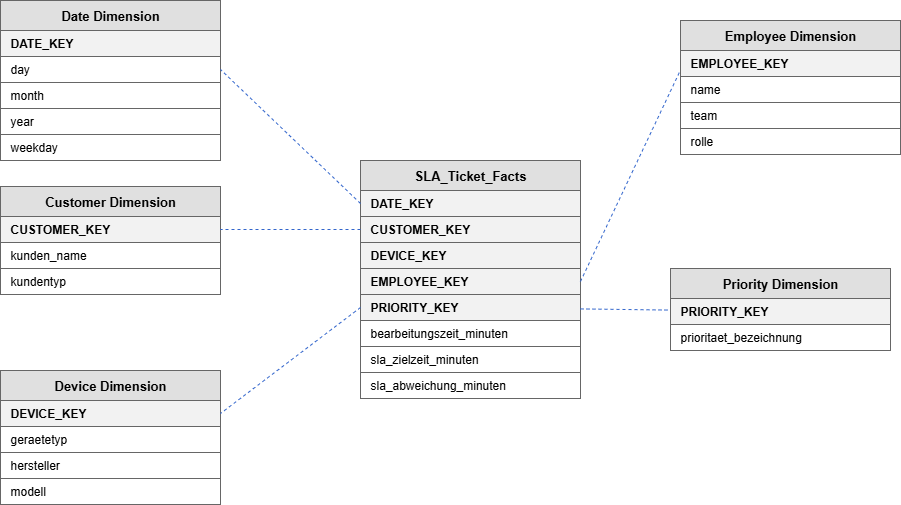
IchbinsTil/DVS keeps this draw.io diagram as Dokumentation/star_Ticket.png. Above is the earlier version. Source tidied: cells renumbered, new cells last; positions are measured from the earlier drawing's top-left corner, leaving out a move shared by most shapes. The source it was exported from:
```xml
<mxGraphModel>
  <root>
    <mxCell id="0" />
    <mxCell id="1" parent="0" />
    <mxCell id="2" value="SLA_Ticket_Facts" style="rounded=0;whiteSpace=wrap;html=1;fillColor=#e0e0e0;strokeColor=#666666;fontStyle=1;fontSize=13;align=center;verticalAlign=middle;" parent="1" vertex="1">
      <mxGeometry x="360" y="160" width="220" height="30" as="geometry" />
    </mxCell>
    <mxCell id="3" value="DATE_KEY" style="rounded=0;whiteSpace=wrap;html=1;fillColor=#f2f2f2;strokeColor=#666666;fontStyle=1;fontSize=12;align=left;spacingLeft=8;" parent="1" vertex="1">
      <mxGeometry x="360" y="190" width="220" height="26" as="geometry" />
    </mxCell>
    <mxCell id="4" value="CUSTOMER_KEY" style="rounded=0;whiteSpace=wrap;html=1;fillColor=#f2f2f2;strokeColor=#666666;fontStyle=1;fontSize=12;align=left;spacingLeft=8;" parent="1" vertex="1">
      <mxGeometry x="360" y="216" width="220" height="26" as="geometry" />
    </mxCell>
    <mxCell id="5" value="DEVICE_KEY" style="rounded=0;whiteSpace=wrap;html=1;fillColor=#f2f2f2;strokeColor=#666666;fontStyle=1;fontSize=12;align=left;spacingLeft=8;" parent="1" vertex="1">
      <mxGeometry x="360" y="242" width="220" height="26" as="geometry" />
    </mxCell>
    <mxCell id="6" value="EMPLOYEE_KEY" style="rounded=0;whiteSpace=wrap;html=1;fillColor=#f2f2f2;strokeColor=#666666;fontStyle=1;fontSize=12;align=left;spacingLeft=8;" parent="1" vertex="1">
      <mxGeometry x="360" y="268" width="220" height="26" as="geometry" />
    </mxCell>
    <mxCell id="7" value="PRIORITY_KEY" style="rounded=0;whiteSpace=wrap;html=1;fillColor=#f2f2f2;strokeColor=#666666;fontStyle=1;fontSize=12;align=left;spacingLeft=8;" parent="1" vertex="1">
      <mxGeometry x="360" y="294" width="220" height="26" as="geometry" />
    </mxCell>
    <mxCell id="8" value="bearbeitungszeit_minuten" style="rounded=0;whiteSpace=wrap;html=1;fillColor=#ffffff;strokeColor=#666666;fontSize=12;align=left;spacingLeft=8;" parent="1" vertex="1">
      <mxGeometry x="360" y="320" width="220" height="26" as="geometry" />
    </mxCell>
    <mxCell id="9" value="sla_zielzeit_minuten" style="rounded=0;whiteSpace=wrap;html=1;fillColor=#ffffff;strokeColor=#666666;fontSize=12;align=left;spacingLeft=8;" parent="1" vertex="1">
      <mxGeometry x="360" y="346" width="220" height="26" as="geometry" />
    </mxCell>
    <mxCell id="10" value="sla_abweichung_minuten" style="rounded=0;whiteSpace=wrap;html=1;fillColor=#ffffff;strokeColor=#666666;fontSize=12;align=left;spacingLeft=8;" parent="1" vertex="1">
      <mxGeometry x="360" y="372" width="220" height="26" as="geometry" />
    </mxCell>
    <mxCell id="11" value="Date Dimension" style="rounded=0;whiteSpace=wrap;html=1;fillColor=#e0e0e0;strokeColor=#666666;fontStyle=1;fontSize=13;align=center;verticalAlign=middle;" parent="1" vertex="1">
      <mxGeometry width="220" height="30" as="geometry" />
    </mxCell>
    <mxCell id="12" value="DATE_KEY" style="rounded=0;whiteSpace=wrap;html=1;fillColor=#f2f2f2;strokeColor=#666666;fontStyle=1;fontSize=12;align=left;spacingLeft=8;" parent="1" vertex="1">
      <mxGeometry y="30" width="220" height="26" as="geometry" />
    </mxCell>
    <mxCell id="13" value="day" style="rounded=0;whiteSpace=wrap;html=1;fillColor=#ffffff;strokeColor=#666666;fontSize=12;align=left;spacingLeft=8;" parent="1" vertex="1">
      <mxGeometry y="56" width="220" height="26" as="geometry" />
    </mxCell>
    <mxCell id="14" value="month" style="rounded=0;whiteSpace=wrap;html=1;fillColor=#ffffff;strokeColor=#666666;fontSize=12;align=left;spacingLeft=8;" parent="1" vertex="1">
      <mxGeometry y="82" width="220" height="26" as="geometry" />
    </mxCell>
    <mxCell id="15" value="year" style="rounded=0;whiteSpace=wrap;html=1;fillColor=#ffffff;strokeColor=#666666;fontSize=12;align=left;spacingLeft=8;" parent="1" vertex="1">
      <mxGeometry y="108" width="220" height="26" as="geometry" />
    </mxCell>
    <mxCell id="16" value="weekday" style="rounded=0;whiteSpace=wrap;html=1;fillColor=#ffffff;strokeColor=#666666;fontSize=12;align=left;spacingLeft=8;" parent="1" vertex="1">
      <mxGeometry y="134" width="220" height="26" as="geometry" />
    </mxCell>
    <mxCell id="17" value="Customer Dimension" style="rounded=0;whiteSpace=wrap;html=1;fillColor=#e0e0e0;strokeColor=#666666;fontStyle=1;fontSize=13;align=center;verticalAlign=middle;" parent="1" vertex="1">
      <mxGeometry y="186" width="220" height="30" as="geometry" />
    </mxCell>
    <mxCell id="18" value="CUSTOMER_KEY" style="rounded=0;whiteSpace=wrap;html=1;fillColor=#f2f2f2;strokeColor=#666666;fontStyle=1;fontSize=12;align=left;spacingLeft=8;" parent="1" vertex="1">
      <mxGeometry y="216" width="220" height="26" as="geometry" />
    </mxCell>
    <mxCell id="19" value="kunden_name" style="rounded=0;whiteSpace=wrap;html=1;fillColor=#ffffff;strokeColor=#666666;fontSize=12;align=left;spacingLeft=8;" parent="1" vertex="1">
      <mxGeometry y="242" width="220" height="26" as="geometry" />
    </mxCell>
    <mxCell id="20" value="kundentyp" style="rounded=0;whiteSpace=wrap;html=1;fillColor=#ffffff;strokeColor=#666666;fontSize=12;align=left;spacingLeft=8;" parent="1" vertex="1">
      <mxGeometry y="268" width="220" height="26" as="geometry" />
    </mxCell>
    <mxCell id="21" value="Device Dimension" style="rounded=0;whiteSpace=wrap;html=1;fillColor=#e0e0e0;strokeColor=#666666;fontStyle=1;fontSize=13;align=center;verticalAlign=middle;" parent="1" vertex="1">
      <mxGeometry y="370" width="220" height="30" as="geometry" />
    </mxCell>
    <mxCell id="22" value="DEVICE_KEY" style="rounded=0;whiteSpace=wrap;html=1;fillColor=#f2f2f2;strokeColor=#666666;fontStyle=1;fontSize=12;align=left;spacingLeft=8;" parent="1" vertex="1">
      <mxGeometry y="400" width="220" height="26" as="geometry" />
    </mxCell>
    <mxCell id="23" value="geraetetyp" style="rounded=0;whiteSpace=wrap;html=1;fillColor=#ffffff;strokeColor=#666666;fontSize=12;align=left;spacingLeft=8;" parent="1" vertex="1">
      <mxGeometry y="426" width="220" height="26" as="geometry" />
    </mxCell>
    <mxCell id="24" value="hersteller" style="rounded=0;whiteSpace=wrap;html=1;fillColor=#ffffff;strokeColor=#666666;fontSize=12;align=left;spacingLeft=8;" parent="1" vertex="1">
      <mxGeometry y="452" width="220" height="26" as="geometry" />
    </mxCell>
    <mxCell id="25" value="modell" style="rounded=0;whiteSpace=wrap;html=1;fillColor=#ffffff;strokeColor=#666666;fontSize=12;align=left;spacingLeft=8;" parent="1" vertex="1">
      <mxGeometry y="478" width="220" height="26" as="geometry" />
    </mxCell>
    <mxCell id="26" value="Employee Dimension" style="rounded=0;whiteSpace=wrap;html=1;fillColor=#e0e0e0;strokeColor=#666666;fontStyle=1;fontSize=13;align=center;verticalAlign=middle;" parent="1" vertex="1">
      <mxGeometry x="680" y="20" width="220" height="30" as="geometry" />
    </mxCell>
    <mxCell id="27" value="EMPLOYEE_KEY" style="rounded=0;whiteSpace=wrap;html=1;fillColor=#f2f2f2;strokeColor=#666666;fontStyle=1;fontSize=12;align=left;spacingLeft=8;" parent="1" vertex="1">
      <mxGeometry x="680" y="50" width="220" height="26" as="geometry" />
    </mxCell>
    <mxCell id="28" value="name" style="rounded=0;whiteSpace=wrap;html=1;fillColor=#ffffff;strokeColor=#666666;fontSize=12;align=left;spacingLeft=8;" parent="1" vertex="1">
      <mxGeometry x="680" y="76" width="220" height="26" as="geometry" />
    </mxCell>
    <mxCell id="29" value="team" style="rounded=0;whiteSpace=wrap;html=1;fillColor=#ffffff;strokeColor=#666666;fontSize=12;align=left;spacingLeft=8;" parent="1" vertex="1">
      <mxGeometry x="680" y="102" width="220" height="26" as="geometry" />
    </mxCell>
    <mxCell id="30" value="rolle" style="rounded=0;whiteSpace=wrap;html=1;fillColor=#ffffff;strokeColor=#666666;fontSize=12;align=left;spacingLeft=8;" parent="1" vertex="1">
      <mxGeometry x="680" y="128" width="220" height="26" as="geometry" />
    </mxCell>
    <mxCell id="31" value="Priority Dimension" style="rounded=0;whiteSpace=wrap;html=1;fillColor=#e0e0e0;strokeColor=#666666;fontStyle=1;fontSize=13;align=center;verticalAlign=middle;" parent="1" vertex="1">
      <mxGeometry x="670" y="268" width="220" height="30" as="geometry" />
    </mxCell>
    <mxCell id="32" value="PRIORITY_KEY" style="rounded=0;whiteSpace=wrap;html=1;fillColor=#f2f2f2;strokeColor=#666666;fontStyle=1;fontSize=12;align=left;spacingLeft=8;" parent="1" vertex="1">
      <mxGeometry x="670" y="298" width="220" height="26" as="geometry" />
    </mxCell>
    <mxCell id="33" value="prioritaet_bezeichnung" style="rounded=0;whiteSpace=wrap;html=1;fillColor=#ffffff;strokeColor=#666666;fontSize=12;align=left;spacingLeft=8;" parent="1" vertex="1">
      <mxGeometry x="670" y="324" width="220" height="26" as="geometry" />
    </mxCell>
    <mxCell id="34" style="html=1;endArrow=none;startArrow=none;dashed=1;strokeColor=#3366CC;strokeWidth=1;entryX=1;entryY=0.5;entryDx=0;entryDy=0;exitX=0;exitY=0.5;exitDx=0;exitDy=0;" parent="1" edge="1" source="3" target="13">
      <mxGeometry relative="1" as="geometry" />
    </mxCell>
    <mxCell id="35" style="html=1;endArrow=none;startArrow=none;dashed=1;strokeColor=#3366CC;strokeWidth=1;" parent="1" edge="1" source="4" target="18">
      <mxGeometry relative="1" as="geometry" />
    </mxCell>
    <mxCell id="36" style="html=1;endArrow=none;startArrow=none;dashed=1;strokeColor=#3366CC;strokeWidth=1;exitX=0;exitY=0.5;exitDx=0;exitDy=0;entryX=1;entryY=0.5;entryDx=0;entryDy=0;" parent="1" edge="1" source="7" target="22">
      <mxGeometry relative="1" as="geometry" />
    </mxCell>
    <mxCell id="37" style="html=1;endArrow=none;startArrow=none;dashed=1;strokeColor=#3366CC;strokeWidth=1;exitX=1;exitY=0.5;exitDx=0;exitDy=0;entryX=0;entryY=0.75;entryDx=0;entryDy=0;" parent="1" edge="1" source="6" target="27">
      <mxGeometry relative="1" as="geometry" />
    </mxCell>
    <mxCell id="38" style="html=1;endArrow=none;startArrow=none;dashed=1;strokeColor=#3366CC;strokeWidth=1;" parent="1" edge="1" source="7" target="32">
      <mxGeometry relative="1" as="geometry" />
    </mxCell>
  </root>
</mxGraphModel>
```
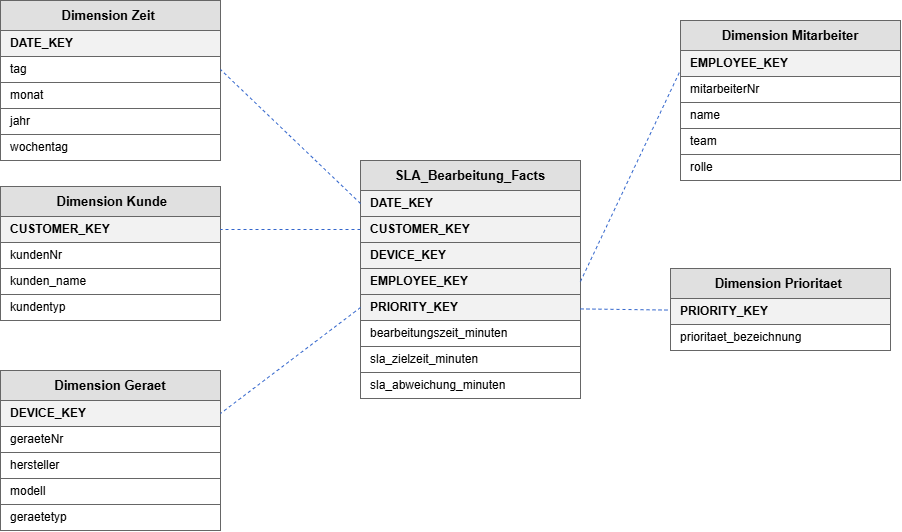
After the commit.

Commit message:
Update Star + Excel

The edit, as a diff of the source:
```diff
@@ -2,7 +2,7 @@
   <root>
     <mxCell id="0" />
     <mxCell id="1" parent="0" />
-    <mxCell id="2" value="SLA_Ticket_Facts" style="rounded=0;whiteSpace=wrap;html=1;fillColor=#e0e0e0;strokeColor=#666666;fontStyle=1;fontSize=13;align=center;verticalAlign=middle;" parent="1" vertex="1">
+    <mxCell id="2" value="SLA_Bearbeitung_Facts" style="rounded=0;whiteSpace=wrap;html=1;fillColor=#e0e0e0;strokeColor=#666666;fontStyle=1;fontSize=13;align=center;verticalAlign=middle;" parent="1" vertex="1">
       <mxGeometry x="360" y="160" width="220" height="30" as="geometry" />
     </mxCell>
     <mxCell id="3" value="DATE_KEY" style="rounded=0;whiteSpace=wrap;html=1;fillColor=#f2f2f2;strokeColor=#666666;fontStyle=1;fontSize=12;align=left;spacingLeft=8;" parent="1" vertex="1">
@@ -29,43 +29,43 @@
     <mxCell id="10" value="sla_abweichung_minuten" style="rounded=0;whiteSpace=wrap;html=1;fillColor=#ffffff;strokeColor=#666666;fontSize=12;align=left;spacingLeft=8;" parent="1" vertex="1">
       <mxGeometry x="360" y="372" width="220" height="26" as="geometry" />
     </mxCell>
-    <mxCell id="11" value="Date Dimension" style="rounded=0;whiteSpace=wrap;html=1;fillColor=#e0e0e0;strokeColor=#666666;fontStyle=1;fontSize=13;align=center;verticalAlign=middle;" parent="1" vertex="1">
+    <mxCell id="11" value="Dimension Zeit&amp;nbsp;" style="rounded=0;whiteSpace=wrap;html=1;fillColor=#e0e0e0;strokeColor=#666666;fontStyle=1;fontSize=13;align=center;verticalAlign=middle;" parent="1" vertex="1">
       <mxGeometry width="220" height="30" as="geometry" />
     </mxCell>
     <mxCell id="12" value="DATE_KEY" style="rounded=0;whiteSpace=wrap;html=1;fillColor=#f2f2f2;strokeColor=#666666;fontStyle=1;fontSize=12;align=left;spacingLeft=8;" parent="1" vertex="1">
       <mxGeometry y="30" width="220" height="26" as="geometry" />
     </mxCell>
-    <mxCell id="13" value="day" style="rounded=0;whiteSpace=wrap;html=1;fillColor=#ffffff;strokeColor=#666666;fontSize=12;align=left;spacingLeft=8;" parent="1" vertex="1">
+    <mxCell id="13" value="tag" style="rounded=0;whiteSpace=wrap;html=1;fillColor=#ffffff;strokeColor=#666666;fontSize=12;align=left;spacingLeft=8;" parent="1" vertex="1">
       <mxGeometry y="56" width="220" height="26" as="geometry" />
     </mxCell>
-    <mxCell id="14" value="month" style="rounded=0;whiteSpace=wrap;html=1;fillColor=#ffffff;strokeColor=#666666;fontSize=12;align=left;spacingLeft=8;" parent="1" vertex="1">
+    <mxCell id="14" value="monat" style="rounded=0;whiteSpace=wrap;html=1;fillColor=#ffffff;strokeColor=#666666;fontSize=12;align=left;spacingLeft=8;" parent="1" vertex="1">
       <mxGeometry y="82" width="220" height="26" as="geometry" />
     </mxCell>
-    <mxCell id="15" value="year" style="rounded=0;whiteSpace=wrap;html=1;fillColor=#ffffff;strokeColor=#666666;fontSize=12;align=left;spacingLeft=8;" parent="1" vertex="1">
+    <mxCell id="15" value="jahr" style="rounded=0;whiteSpace=wrap;html=1;fillColor=#ffffff;strokeColor=#666666;fontSize=12;align=left;spacingLeft=8;" parent="1" vertex="1">
       <mxGeometry y="108" width="220" height="26" as="geometry" />
     </mxCell>
-    <mxCell id="16" value="weekday" style="rounded=0;whiteSpace=wrap;html=1;fillColor=#ffffff;strokeColor=#666666;fontSize=12;align=left;spacingLeft=8;" parent="1" vertex="1">
+    <mxCell id="16" value="wochentag" style="rounded=0;whiteSpace=wrap;html=1;fillColor=#ffffff;strokeColor=#666666;fontSize=12;align=left;spacingLeft=8;" parent="1" vertex="1">
       <mxGeometry y="134" width="220" height="26" as="geometry" />
     </mxCell>
-    <mxCell id="17" value="Customer Dimension" style="rounded=0;whiteSpace=wrap;html=1;fillColor=#e0e0e0;strokeColor=#666666;fontStyle=1;fontSize=13;align=center;verticalAlign=middle;" parent="1" vertex="1">
+    <mxCell id="17" value="&amp;nbsp;Dimension Kunde" style="rounded=0;whiteSpace=wrap;html=1;fillColor=#e0e0e0;strokeColor=#666666;fontStyle=1;fontSize=13;align=center;verticalAlign=middle;" parent="1" vertex="1">
       <mxGeometry y="186" width="220" height="30" as="geometry" />
     </mxCell>
     <mxCell id="18" value="CUSTOMER_KEY" style="rounded=0;whiteSpace=wrap;html=1;fillColor=#f2f2f2;strokeColor=#666666;fontStyle=1;fontSize=12;align=left;spacingLeft=8;" parent="1" vertex="1">
       <mxGeometry y="216" width="220" height="26" as="geometry" />
     </mxCell>
     <mxCell id="19" value="kunden_name" style="rounded=0;whiteSpace=wrap;html=1;fillColor=#ffffff;strokeColor=#666666;fontSize=12;align=left;spacingLeft=8;" parent="1" vertex="1">
-      <mxGeometry y="242" width="220" height="26" as="geometry" />
+      <mxGeometry y="268" width="220" height="26" as="geometry" />
     </mxCell>
     <mxCell id="20" value="kundentyp" style="rounded=0;whiteSpace=wrap;html=1;fillColor=#ffffff;strokeColor=#666666;fontSize=12;align=left;spacingLeft=8;" parent="1" vertex="1">
-      <mxGeometry y="268" width="220" height="26" as="geometry" />
+      <mxGeometry y="294" width="220" height="26" as="geometry" />
     </mxCell>
-    <mxCell id="21" value="Device Dimension" style="rounded=0;whiteSpace=wrap;html=1;fillColor=#e0e0e0;strokeColor=#666666;fontStyle=1;fontSize=13;align=center;verticalAlign=middle;" parent="1" vertex="1">
+    <mxCell id="21" value="&amp;nbsp;Dimension Geraet&amp;nbsp;" style="rounded=0;whiteSpace=wrap;html=1;fillColor=#e0e0e0;strokeColor=#666666;fontStyle=1;fontSize=13;align=center;verticalAlign=middle;" parent="1" vertex="1">
       <mxGeometry y="370" width="220" height="30" as="geometry" />
     </mxCell>
     <mxCell id="22" value="DEVICE_KEY" style="rounded=0;whiteSpace=wrap;html=1;fillColor=#f2f2f2;strokeColor=#666666;fontStyle=1;fontSize=12;align=left;spacingLeft=8;" parent="1" vertex="1">
       <mxGeometry y="400" width="220" height="26" as="geometry" />
     </mxCell>
-    <mxCell id="23" value="geraetetyp" style="rounded=0;whiteSpace=wrap;html=1;fillColor=#ffffff;strokeColor=#666666;fontSize=12;align=left;spacingLeft=8;" parent="1" vertex="1">
+    <mxCell id="23" value="geraeteNr" style="rounded=0;whiteSpace=wrap;html=1;fillColor=#ffffff;strokeColor=#666666;fontSize=12;align=left;spacingLeft=8;" parent="1" vertex="1">
       <mxGeometry y="426" width="220" height="26" as="geometry" />
     </mxCell>
     <mxCell id="24" value="hersteller" style="rounded=0;whiteSpace=wrap;html=1;fillColor=#ffffff;strokeColor=#666666;fontSize=12;align=left;spacingLeft=8;" parent="1" vertex="1">
@@ -74,22 +74,22 @@
     <mxCell id="25" value="modell" style="rounded=0;whiteSpace=wrap;html=1;fillColor=#ffffff;strokeColor=#666666;fontSize=12;align=left;spacingLeft=8;" parent="1" vertex="1">
       <mxGeometry y="478" width="220" height="26" as="geometry" />
     </mxCell>
-    <mxCell id="26" value="Employee Dimension" style="rounded=0;whiteSpace=wrap;html=1;fillColor=#e0e0e0;strokeColor=#666666;fontStyle=1;fontSize=13;align=center;verticalAlign=middle;" parent="1" vertex="1">
+    <mxCell id="26" value="Dimension Mitarbeiter" style="rounded=0;whiteSpace=wrap;html=1;fillColor=#e0e0e0;strokeColor=#666666;fontStyle=1;fontSize=13;align=center;verticalAlign=middle;" parent="1" vertex="1">
       <mxGeometry x="680" y="20" width="220" height="30" as="geometry" />
     </mxCell>
     <mxCell id="27" value="EMPLOYEE_KEY" style="rounded=0;whiteSpace=wrap;html=1;fillColor=#f2f2f2;strokeColor=#666666;fontStyle=1;fontSize=12;align=left;spacingLeft=8;" parent="1" vertex="1">
       <mxGeometry x="680" y="50" width="220" height="26" as="geometry" />
     </mxCell>
     <mxCell id="28" value="name" style="rounded=0;whiteSpace=wrap;html=1;fillColor=#ffffff;strokeColor=#666666;fontSize=12;align=left;spacingLeft=8;" parent="1" vertex="1">
-      <mxGeometry x="680" y="76" width="220" height="26" as="geometry" />
+      <mxGeometry x="680" y="102" width="220" height="26" as="geometry" />
     </mxCell>
     <mxCell id="29" value="team" style="rounded=0;whiteSpace=wrap;html=1;fillColor=#ffffff;strokeColor=#666666;fontSize=12;align=left;spacingLeft=8;" parent="1" vertex="1">
-      <mxGeometry x="680" y="102" width="220" height="26" as="geometry" />
+      <mxGeometry x="680" y="128" width="220" height="26" as="geometry" />
     </mxCell>
     <mxCell id="30" value="rolle" style="rounded=0;whiteSpace=wrap;html=1;fillColor=#ffffff;strokeColor=#666666;fontSize=12;align=left;spacingLeft=8;" parent="1" vertex="1">
-      <mxGeometry x="680" y="128" width="220" height="26" as="geometry" />
+      <mxGeometry x="680" y="154" width="220" height="26" as="geometry" />
     </mxCell>
-    <mxCell id="31" value="Priority Dimension" style="rounded=0;whiteSpace=wrap;html=1;fillColor=#e0e0e0;strokeColor=#666666;fontStyle=1;fontSize=13;align=center;verticalAlign=middle;" parent="1" vertex="1">
+    <mxCell id="31" value="Dimension Prioritaet&amp;nbsp;" style="rounded=0;whiteSpace=wrap;html=1;fillColor=#e0e0e0;strokeColor=#666666;fontStyle=1;fontSize=13;align=center;verticalAlign=middle;" parent="1" vertex="1">
       <mxGeometry x="670" y="268" width="220" height="30" as="geometry" />
     </mxCell>
     <mxCell id="32" value="PRIORITY_KEY" style="rounded=0;whiteSpace=wrap;html=1;fillColor=#f2f2f2;strokeColor=#666666;fontStyle=1;fontSize=12;align=left;spacingLeft=8;" parent="1" vertex="1">
@@ -113,5 +113,14 @@
     <mxCell id="38" style="html=1;endArrow=none;startArrow=none;dashed=1;strokeColor=#3366CC;strokeWidth=1;" parent="1" edge="1" source="7" target="32">
       <mxGeometry relative="1" as="geometry" />
     </mxCell>
+    <mxCell id="39" value="geraetetyp" style="rounded=0;whiteSpace=wrap;html=1;fillColor=#ffffff;strokeColor=#666666;fontSize=12;align=left;spacingLeft=8;" parent="1" vertex="1">
+      <mxGeometry y="504" width="220" height="26" as="geometry" />
+    </mxCell>
+    <mxCell id="40" value="mitarbeiterNr" style="rounded=0;whiteSpace=wrap;html=1;fillColor=#ffffff;strokeColor=#666666;fontSize=12;align=left;spacingLeft=8;" parent="1" vertex="1">
+      <mxGeometry x="680" y="76" width="220" height="26" as="geometry" />
+    </mxCell>
+    <mxCell id="41" value="kundenNr" style="rounded=0;whiteSpace=wrap;html=1;fillColor=#ffffff;strokeColor=#666666;fontSize=12;align=left;spacingLeft=8;" parent="1" vertex="1">
+      <mxGeometry y="242" width="220" height="26" as="geometry" />
+    </mxCell>
   </root>
 </mxGraphModel>
```
